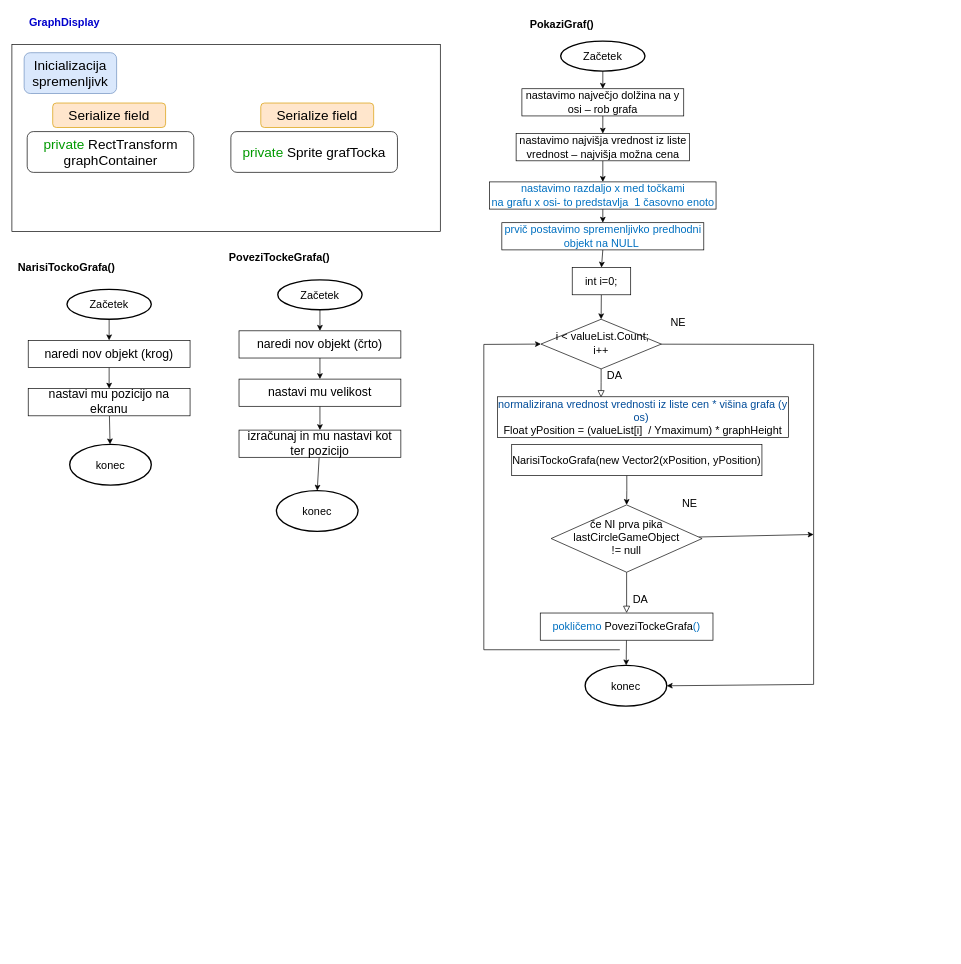
Above: page "GraphDisplay" (9 of 9) of Dokumentacija/Načrti/OpisSkriptov.drawio in ErikOpresnikHercog2026/IzdelekMatura (draw.io), before the change. Source tidied: cells renumbered, new cells numbered last; positions are measured from the earlier drawing's top-left corner, leaving out a move shared by most shapes. Both pictures are drawn from the tidied source at 68%, with x=0, y=0 at pixel (12, 12).
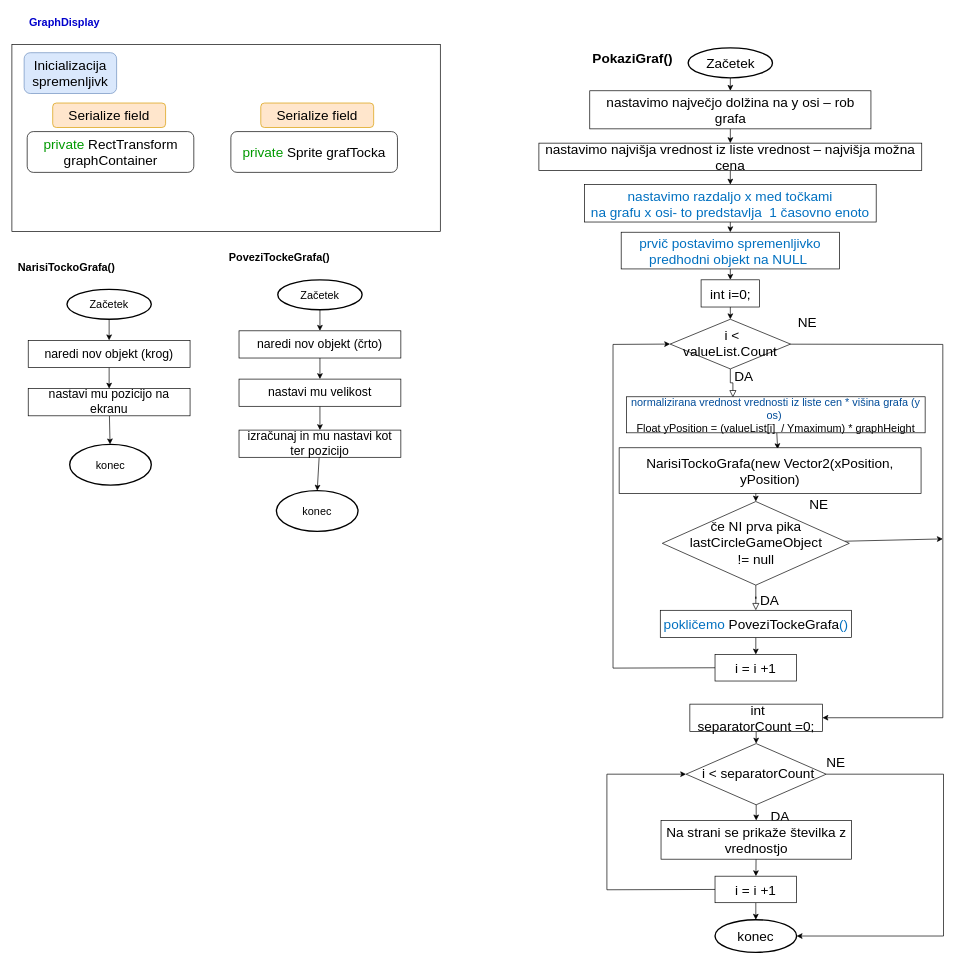
The same diagram, later.

What changed in the source:
```diff
@@
-    <mxCell id="4" value="DA" style="rounded=0;html=1;jettySize=auto;fontSize=16;endArrow=block;endFill=0;endSize=8;strokeWidth=1;shadow=0;labelBackgroundColor=none;edgeStyle=orthogonalEdgeStyle;entryX=0.356;entryY=0.017;entryDx=0;entryDy=0;entryPerimeter=0;" parent="1" edge="1" source="6" target="23">
+    <mxCell id="4" value="DA" style="rounded=0;html=1;jettySize=auto;fontSize=20;endArrow=block;endFill=0;endSize=8;strokeWidth=1;shadow=0;labelBackgroundColor=none;edgeStyle=orthogonalEdgeStyle;entryX=0.356;entryY=0.017;entryDx=0;entryDy=0;entryPerimeter=0;" parent="1" edge="1" source="6" target="23">
       <mxGeometry x="-0.54" y="19" relative="1" as="geometry" />
     </mxCell>
-    <mxCell id="5" style="edgeStyle=none;rounded=0;jettySize=auto;html=1;entryX=1;entryY=0.5;entryDx=0;entryDy=0;fontSize=17;" parent="1" edge="1" source="6" target="31">
+    <mxCell id="5" style="edgeStyle=none;rounded=0;jettySize=auto;html=1;entryX=1;entryY=0.5;entryDx=0;entryDy=0;fontSize=20;" parent="1" edge="1" source="6" target="58">
       <mxGeometry relative="1" as="geometry">
         <Array as="points">
-          <mxPoint x="1179" y="489" />
-          <mxPoint x="1179" y="989" />
+          <mxPoint x="1369" y="489" />
+          <mxPoint x="1369" y="1038" />
         </Array>
       </mxGeometry>
     </mxCell>
-    <mxCell id="6" value="&lt;span style=&quot;font-family: Calibri, sans-serif;&quot; lang=&quot;SL&quot;&gt;&amp;nbsp;i &amp;lt; valueList.Count; i++&lt;/span&gt;" style="rhombus;whiteSpace=wrap;html=1;shadow=0;fontFamily=Helvetica;fontSize=16;align=center;strokeWidth=1;spacing=6;spacingTop=-4;" parent="1" vertex="1">
-      <mxGeometry x="778" y="452" width="177" height="73" as="geometry" />
+    <mxCell id="6" value="&lt;span style=&quot;font-family: calibri, sans-serif; font-size: 20px;&quot; lang=&quot;SL&quot;&gt;&amp;nbsp;i &amp;lt; valueList.Count&lt;/span&gt;" style="rhombus;whiteSpace=wrap;html=1;shadow=0;fontFamily=Helvetica;fontSize=20;align=center;strokeWidth=1;spacing=6;spacingTop=-4;" parent="1" vertex="1">
+      <mxGeometry x="968" y="452" width="177" height="73" as="geometry" />
     </mxCell>
-    <mxCell id="7" value="DA" style="rounded=0;html=1;jettySize=auto;fontSize=16;endArrow=block;endFill=0;endSize=8;strokeWidth=1;shadow=0;labelBackgroundColor=none;edgeStyle=orthogonalEdgeStyle;" parent="1" edge="1" source="9" target="11">
+    <mxCell id="7" value="DA" style="rounded=0;html=1;jettySize=auto;fontSize=20;endArrow=block;endFill=0;endSize=8;strokeWidth=1;shadow=0;labelBackgroundColor=none;edgeStyle=orthogonalEdgeStyle;" parent="1" edge="1" source="9" target="11">
       <mxGeometry x="0.32" y="20" relative="1" as="geometry" />
     </mxCell>
-    <mxCell id="8" style="edgeStyle=none;rounded=0;jettySize=auto;html=1;fontSize=17;" parent="1" edge="1" source="9">
+    <mxCell id="8" style="edgeStyle=none;rounded=0;jettySize=auto;html=1;fontSize=20;" parent="1" edge="1" source="9">
       <mxGeometry relative="1" as="geometry">
-        <mxPoint x="1179" y="768.5" as="targetPoint" />
+        <mxPoint x="1369" y="775" as="targetPoint" />
       </mxGeometry>
     </mxCell>
-    <mxCell id="9" value="&lt;span style=&quot;font-family: Calibri, sans-serif;&quot; lang=&quot;SL&quot;&gt;če NI prva pika&lt;/span&gt;&lt;div&gt;&lt;span style=&quot;font-family: Calibri, sans-serif;&quot; lang=&quot;SL&quot;&gt;&lt;span style=&quot;line-height: 107%;&quot; lang=&quot;SL&quot;&gt;lastCircleGameObject&lt;br&gt;!= null&lt;/span&gt;&lt;br&gt;&lt;/span&gt;&lt;/div&gt;" style="rhombus;whiteSpace=wrap;html=1;shadow=0;fontFamily=Helvetica;fontSize=16;align=center;strokeWidth=1;spacing=6;spacingTop=-4;" parent="1" vertex="1">
-      <mxGeometry x="793" y="725" width="222" height="99" as="geometry" />
+    <mxCell id="9" value="&lt;span style=&quot;font-family: Calibri, sans-serif; font-size: 20px;&quot; lang=&quot;SL&quot;&gt;če NI prva pika&lt;/span&gt;&lt;div style=&quot;font-size: 20px;&quot;&gt;&lt;span style=&quot;font-family: Calibri, sans-serif; font-size: 20px;&quot; lang=&quot;SL&quot;&gt;&lt;span style=&quot;line-height: 107%; font-size: 20px;&quot; lang=&quot;SL&quot;&gt;lastCircleGameObject&lt;br style=&quot;font-size: 20px;&quot;&gt;!= null&lt;/span&gt;&lt;br style=&quot;font-size: 20px;&quot;&gt;&lt;/span&gt;&lt;/div&gt;" style="rhombus;whiteSpace=wrap;html=1;shadow=0;fontFamily=Helvetica;fontSize=20;align=center;strokeWidth=1;spacing=6;spacingTop=-4;" parent="1" vertex="1">
+      <mxGeometry x="956.5" y="720" width="275" height="123" as="geometry" />
     </mxCell>
-    <mxCell id="10" style="edgeStyle=none;rounded=0;jettySize=auto;html=1;fontSize=18;" parent="1" edge="1" source="11" target="31">
-      <mxGeometry relative="1" as="geometry" />
-    </mxCell>
+    <mxCell id="55" style="edgeStyle=none;rounded=0;jettySize=auto;html=1;fontSize=20;" parent="1" edge="1" source="11" target="66">
+      <mxGeometry relative="1" as="geometry" />
+    </mxCell>
-    <mxCell id="11" value="&lt;font color=&quot;#0070c0&quot; face=&quot;calibri, sans-serif&quot;&gt;pokličemo&amp;nbsp;&lt;/font&gt;&lt;span&gt;PoveziTockeGrafa&lt;/span&gt;&lt;font color=&quot;#0070c0&quot; face=&quot;calibri, sans-serif&quot;&gt;()&lt;/font&gt;" style="rounded=0;whiteSpace=wrap;html=1;fontSize=16;glass=0;strokeWidth=1;shadow=0;fontStyle=0;" parent="1" vertex="1">
-      <mxGeometry x="777" y="884" width="254" height="40" as="geometry" />
+    <mxCell id="11" value="&lt;font color=&quot;#0070c0&quot; face=&quot;calibri, sans-serif&quot; style=&quot;font-size: 20px;&quot;&gt;pokličemo&amp;nbsp;&lt;/font&gt;&lt;span style=&quot;font-size: 20px;&quot;&gt;PoveziTockeGrafa&lt;/span&gt;&lt;font color=&quot;#0070c0&quot; face=&quot;calibri, sans-serif&quot; style=&quot;font-size: 20px;&quot;&gt;()&lt;/font&gt;" style="rounded=0;whiteSpace=wrap;html=1;fontSize=20;glass=0;strokeWidth=1;shadow=0;fontStyle=0;" parent="1" vertex="1">
+      <mxGeometry x="953.5" y="880" width="281" height="40" as="geometry" />
     </mxCell>
-    <mxCell id="12" style="edgeStyle=none;rounded=0;jettySize=auto;html=1;fontSize=17;" parent="1" edge="1" source="13" target="15">
+    <mxCell id="12" style="edgeStyle=none;rounded=0;jettySize=auto;html=1;fontSize=20;" parent="1" edge="1" source="13" target="15">
       <mxGeometry relative="1" as="geometry" />
     </mxCell>
-    <mxCell id="13" value="&lt;div&gt;&lt;span style=&quot;font-family: Calibri, sans-serif;&quot; lang=&quot;SL&quot;&gt;nastavimo največjo dolžina na y osi – rob grafa&lt;/span&gt;&lt;br&gt;&lt;/div&gt;" style="rounded=0;whiteSpace=wrap;html=1;fontSize=16;glass=0;strokeWidth=1;shadow=0;" parent="1" vertex="1">
-      <mxGeometry x="750" y="113" width="238" height="40" as="geometry" />
+    <mxCell id="13" value="&lt;div style=&quot;font-size: 20px;&quot;&gt;&lt;span style=&quot;font-family: Calibri, sans-serif; font-size: 20px;&quot; lang=&quot;SL&quot;&gt;nastavimo največjo dolžina na y osi – rob grafa&lt;/span&gt;&lt;br style=&quot;font-size: 20px;&quot;&gt;&lt;/div&gt;" style="rounded=0;whiteSpace=wrap;html=1;fontSize=20;glass=0;strokeWidth=1;shadow=0;" parent="1" vertex="1">
+      <mxGeometry x="849.8" y="116" width="413.5" height="56" as="geometry" />
     </mxCell>
-    <mxCell id="14" style="edgeStyle=none;rounded=0;jettySize=auto;html=1;entryX=0.5;entryY=0;entryDx=0;entryDy=0;fontSize=17;" parent="1" edge="1" source="15" target="18">
+    <mxCell id="14" style="edgeStyle=none;rounded=0;jettySize=auto;html=1;entryX=0.5;entryY=0;entryDx=0;entryDy=0;fontSize=20;" parent="1" edge="1" source="15" target="18">
       <mxGeometry relative="1" as="geometry" />
     </mxCell>
-    <mxCell id="15" value="&lt;span style=&quot;font-family: Calibri, sans-serif;&quot; lang=&quot;SL&quot;&gt;nastavimo najvišja vrednost iz liste vrednost – najvišja možna cena&lt;/span&gt;" style="rounded=0;whiteSpace=wrap;html=1;fontSize=16;glass=0;strokeWidth=1;shadow=0;" parent="1" vertex="1">
-      <mxGeometry x="741.5" y="179" width="255" height="40" as="geometry" />
+    <mxCell id="15" value="&lt;span style=&quot;font-family: Calibri, sans-serif; font-size: 20px;&quot; lang=&quot;SL&quot;&gt;nastavimo najvišja vrednost iz liste vrednost – najvišja možna cena&lt;/span&gt;" style="rounded=0;whiteSpace=wrap;html=1;fontSize=20;glass=0;strokeWidth=1;shadow=0;" parent="1" vertex="1">
+      <mxGeometry x="775" y="193" width="563" height="40" as="geometry" />
     </mxCell>
-    <mxCell id="16" value="&lt;b&gt;&lt;font&gt;PokaziGraf()&lt;br&gt;&lt;/font&gt;&lt;/b&gt;" style="text;html=1;align=center;verticalAlign=middle;whiteSpace=wrap;rounded=0;fontSize=16;" parent="1" vertex="1">
-      <mxGeometry x="762" y="3" width="94" height="30" as="geometry" />
+    <mxCell id="16" value="&lt;b style=&quot;font-size: 20px;&quot;&gt;&lt;font style=&quot;font-size: 20px;&quot;&gt;PokaziGraf()&lt;br style=&quot;font-size: 20px;&quot;&gt;&lt;/font&gt;&lt;/b&gt;" style="text;html=1;align=center;verticalAlign=middle;whiteSpace=wrap;rounded=0;fontSize=20;" parent="1" vertex="1">
+      <mxGeometry x="866" y="53" width="94" height="30" as="geometry" />
     </mxCell>
-    <mxCell id="17" style="edgeStyle=none;rounded=0;jettySize=auto;html=1;entryX=0.5;entryY=0;entryDx=0;entryDy=0;" parent="1" edge="1" source="18" target="20">
+    <mxCell id="17" style="edgeStyle=none;rounded=0;jettySize=auto;html=1;entryX=0.5;entryY=0;entryDx=0;entryDy=0;fontSize=20;" parent="1" edge="1" source="18" target="20">
       <mxGeometry relative="1" as="geometry" />
     </mxCell>
-    <mxCell id="18" value="&lt;p class=&quot;MsoNoSpacing&quot;&gt;&lt;span style=&quot;color:#0070C0&quot; lang=&quot;SL&quot;&gt;nastavimo razdaljo x med točkami&lt;br&gt;na grafu x osi- to predstavlja&amp;nbsp; 1 časovno enoto&lt;/span&gt;&lt;/p&gt;" style="rounded=0;whiteSpace=wrap;html=1;fontSize=16;glass=0;strokeWidth=1;shadow=0;" parent="1" vertex="1">
-      <mxGeometry x="702.5" y="250" width="333" height="40" as="geometry" />
+    <mxCell id="18" value="&lt;p class=&quot;MsoNoSpacing&quot; style=&quot;font-size: 20px;&quot;&gt;&lt;span style=&quot;color: rgb(0, 112, 192); font-size: 20px;&quot; lang=&quot;SL&quot;&gt;nastavimo razdaljo x med točkami&lt;br style=&quot;font-size: 20px;&quot;&gt;na grafu x osi- to predstavlja&amp;nbsp; 1 časovno enoto&lt;/span&gt;&lt;/p&gt;" style="rounded=0;whiteSpace=wrap;html=1;fontSize=20;glass=0;strokeWidth=1;shadow=0;" parent="1" vertex="1">
+      <mxGeometry x="842" y="254" width="429" height="55" as="geometry" />
     </mxCell>
-    <mxCell id="19" style="edgeStyle=none;rounded=0;jettySize=auto;html=1;entryX=0.5;entryY=0;entryDx=0;entryDy=0;exitX=0.5;exitY=1;exitDx=0;exitDy=0;" parent="1" edge="1" source="20" target="22">
+    <mxCell id="19" style="edgeStyle=none;rounded=0;jettySize=auto;html=1;entryX=0.5;entryY=0;entryDx=0;entryDy=0;exitX=0.5;exitY=1;exitDx=0;exitDy=0;fontSize=20;" parent="1" edge="1" source="20" target="22">
       <mxGeometry relative="1" as="geometry" />
     </mxCell>
-    <mxCell id="20" value="&lt;p class=&quot;MsoNoSpacing&quot;&gt;&lt;span style=&quot;color: rgb(0, 112, 192);&quot;&gt;prvič postavimo spremenljivko predhodni objekt na NULL&amp;nbsp;&lt;/span&gt;&lt;br&gt;&lt;/p&gt;" style="rounded=0;whiteSpace=wrap;html=1;fontSize=16;glass=0;strokeWidth=1;shadow=0;" parent="1" vertex="1">
-      <mxGeometry x="720.5" y="310" width="297" height="40" as="geometry" />
+    <mxCell id="20" value="&lt;p class=&quot;MsoNoSpacing&quot; style=&quot;font-size: 20px;&quot;&gt;&lt;span style=&quot;color: rgb(0, 112, 192); font-size: 20px;&quot;&gt;prvič postavimo spremenljivko predhodni objekt na NULL&amp;nbsp;&lt;/span&gt;&lt;br style=&quot;font-size: 20px;&quot;&gt;&lt;/p&gt;" style="rounded=0;whiteSpace=wrap;html=1;fontSize=20;glass=0;strokeWidth=1;shadow=0;" parent="1" vertex="1">
+      <mxGeometry x="896" y="324" width="321" height="54" as="geometry" />
     </mxCell>
-    <mxCell id="21" style="edgeStyle=none;rounded=0;jettySize=auto;html=1;entryX=0.5;entryY=0;entryDx=0;entryDy=0;" parent="1" edge="1" source="22" target="6">
+    <mxCell id="21" style="edgeStyle=none;rounded=0;jettySize=auto;html=1;entryX=0.5;entryY=0;entryDx=0;entryDy=0;fontSize=20;" parent="1" edge="1" source="22" target="6">
       <mxGeometry relative="1" as="geometry" />
     </mxCell>
-    <mxCell id="22" value="&lt;p class=&quot;MsoNoSpacing&quot;&gt;&lt;span style=&quot;font-family: Calibri, sans-serif;&quot;&gt;int&amp;nbsp;&lt;/span&gt;&lt;span style=&quot;font-family: Calibri, sans-serif;&quot;&gt;i=0;&lt;/span&gt;&lt;br&gt;&lt;/p&gt;" style="rounded=0;whiteSpace=wrap;html=1;fontSize=16;glass=0;strokeWidth=1;shadow=0;" parent="1" vertex="1">
-      <mxGeometry x="824" y="376" width="86" height="40" as="geometry" />
+    <mxCell id="22" value="&lt;p class=&quot;MsoNoSpacing&quot; style=&quot;font-size: 20px;&quot;&gt;&lt;span style=&quot;font-family: Calibri, sans-serif; font-size: 20px;&quot;&gt;int&amp;nbsp;&lt;/span&gt;&lt;span style=&quot;font-family: Calibri, sans-serif; font-size: 20px;&quot;&gt;i=0;&lt;/span&gt;&lt;br style=&quot;font-size: 20px;&quot;&gt;&lt;/p&gt;" style="rounded=0;whiteSpace=wrap;html=1;fontSize=20;glass=0;strokeWidth=1;shadow=0;" parent="1" vertex="1">
+      <mxGeometry x="1013.5" y="394" width="86" height="40" as="geometry" />
     </mxCell>
+    <mxCell id="56" style="edgeStyle=none;rounded=0;jettySize=auto;html=1;entryX=0.525;entryY=0.03;entryDx=0;entryDy=0;entryPerimeter=0;fontSize=16;" parent="1" edge="1" source="23" target="25">
+      <mxGeometry relative="1" as="geometry" />
+    </mxCell>
-    <mxCell id="23" value="&lt;span style=&quot;font-family: Calibri, sans-serif;&quot; lang=&quot;SL&quot;&gt;&lt;font style=&quot;color: rgb(0, 76, 153);&quot;&gt;normalizirana vrednost vrednosti iz liste cen * višina grafa (y os)&amp;nbsp;&lt;/font&gt;&lt;/span&gt;&lt;div&gt;&lt;span style=&quot;text-indent: 35.4pt; font-family: Calibri, sans-serif; background-color: transparent; color: light-dark(rgb(0, 0, 0), rgb(255, 255, 255));&quot;&gt;Float yPosition = (valueList[i] &amp;nbsp;/ Ymaximum) * graphHeight&lt;/span&gt;&lt;/div&gt;" style="rounded=0;whiteSpace=wrap;html=1;fontSize=16;glass=0;strokeWidth=1;shadow=0;" parent="1" vertex="1">
-      <mxGeometry x="714" y="566" width="428" height="60" as="geometry" />
+    <mxCell id="23" value="&lt;span style=&quot;font-family: Calibri, sans-serif; font-size: 16px;&quot; lang=&quot;SL&quot;&gt;&lt;font style=&quot;color: rgb(0, 76, 153); font-size: 16px;&quot;&gt;normalizirana vrednost vrednosti iz liste cen * višina grafa (y os)&amp;nbsp;&lt;/font&gt;&lt;/span&gt;&lt;div style=&quot;font-size: 16px;&quot;&gt;&lt;span style=&quot;text-indent: 35.4pt; font-family: Calibri, sans-serif; background-color: transparent; font-size: 16px;&quot;&gt;Float yPosition = (valueList[i] &amp;nbsp;/ Ymaximum) * graphHeight&lt;/span&gt;&lt;/div&gt;" style="rounded=0;whiteSpace=wrap;html=1;fontSize=16;glass=0;strokeWidth=1;shadow=0;" parent="1" vertex="1">
+      <mxGeometry x="904" y="566" width="439" height="53" as="geometry" />
     </mxCell>
-    <mxCell id="24" style="edgeStyle=orthogonalEdgeStyle;rounded=0;jettySize=auto;html=1;entryX=0.5;entryY=0;entryDx=0;entryDy=0;fontSize=16;exitX=0.46;exitY=0.984;exitDx=0;exitDy=0;exitPerimeter=0;" parent="1" edge="1" source="25" target="9">
+    <mxCell id="24" style="edgeStyle=orthogonalEdgeStyle;rounded=0;jettySize=auto;html=1;entryX=0.5;entryY=0;entryDx=0;entryDy=0;fontSize=20;exitX=0.46;exitY=0.984;exitDx=0;exitDy=0;exitPerimeter=0;" parent="1" edge="1" source="25" target="9">
       <mxGeometry relative="1" as="geometry" />
     </mxCell>
-    <mxCell id="25" value="&lt;span style=&quot;font-family: &amp;quot;calibri&amp;quot; , sans-serif&quot; lang=&quot;SL&quot;&gt;&lt;span style=&quot;font-family: &amp;quot;helvetica&amp;quot;&quot;&gt;NarisiTockoGrafa&lt;/span&gt;(new&amp;nbsp;Vector2(xPosition, yPosition)&lt;/span&gt;" style="rounded=0;whiteSpace=wrap;html=1;fontSize=16;glass=0;strokeWidth=1;shadow=0;fontStyle=0;" parent="1" vertex="1">
-      <mxGeometry x="735" y="636" width="368" height="46" as="geometry" />
+    <mxCell id="25" value="&lt;span style=&quot;font-family: calibri, sans-serif; font-size: 20px;&quot; lang=&quot;SL&quot;&gt;&lt;span style=&quot;font-family: helvetica; font-size: 20px;&quot;&gt;NarisiTockoGrafa&lt;/span&gt;(new&amp;nbsp;Vector2(xPosition, yPosition)&lt;/span&gt;" style="rounded=0;whiteSpace=wrap;html=1;fontSize=20;glass=0;strokeWidth=1;shadow=0;fontStyle=0;" parent="1" vertex="1">
+      <mxGeometry x="893" y="641" width="444" height="67" as="geometry" />
     </mxCell>
-    <mxCell id="26" value="NE" style="text;html=1;align=center;verticalAlign=middle;whiteSpace=wrap;rounded=0;fontSize=16;" parent="1" vertex="1">
-      <mxGeometry x="967" y="708" width="60" height="30" as="geometry" />
+    <mxCell id="26" value="NE" style="text;html=1;align=center;verticalAlign=middle;whiteSpace=wrap;rounded=0;fontSize=20;" parent="1" vertex="1">
+      <mxGeometry x="1157" y="708" width="60" height="30" as="geometry" />
     </mxCell>
-    <mxCell id="27" style="endArrow=classic;html=1;rounded=0;fontSize=17;entryX=0;entryY=0.5;entryDx=0;entryDy=0;" parent="1" edge="1" target="6">
+    <mxCell id="27" style="endArrow=classic;html=1;rounded=0;fontSize=20;entryX=0;entryY=0.5;entryDx=0;entryDy=0;exitX=0;exitY=0.5;exitDx=0;exitDy=0;" parent="1" edge="1" source="66" target="6">
       <mxGeometry relative="1" as="geometry">
-        <mxPoint x="894" y="938" as="sourcePoint" />
         <Array as="points">
-          <mxPoint x="694" y="938" />
-          <mxPoint x="694" y="489" />
+          <mxPoint x="884" y="965" />
+          <mxPoint x="884" y="489" />
         </Array>
       </mxGeometry>
     </mxCell>
-    <mxCell id="28" value="NE" style="text;html=1;align=center;verticalAlign=middle;whiteSpace=wrap;rounded=0;fontSize=16;" parent="1" vertex="1">
-      <mxGeometry x="950" y="441" width="60" height="30" as="geometry" />
+    <mxCell id="28" value="NE" style="text;html=1;align=center;verticalAlign=middle;whiteSpace=wrap;rounded=0;fontSize=20;" parent="1" vertex="1">
+      <mxGeometry x="1140" y="441" width="60" height="30" as="geometry" />
     </mxCell>
-    <mxCell id="29" style="edgeStyle=none;rounded=0;jettySize=auto;html=1;fontSize=17;" parent="1" edge="1" source="30" target="13">
+    <mxCell id="29" style="edgeStyle=none;rounded=0;jettySize=auto;html=1;fontSize=20;" parent="1" edge="1" source="30" target="13">
       <mxGeometry relative="1" as="geometry" />
     </mxCell>
-    <mxCell id="30" value="Začetek" style="strokeWidth=2;html=1;shape=mxgraph.flowchart.start_1;whiteSpace=wrap;fontSize=16;" parent="1" vertex="1">
-      <mxGeometry x="807" y="43" width="124" height="44" as="geometry" />
+    <mxCell id="30" value="Začetek" style="strokeWidth=2;html=1;shape=mxgraph.flowchart.start_1;whiteSpace=wrap;fontSize=20;" parent="1" vertex="1">
+      <mxGeometry x="994.5" y="53" width="124" height="44" as="geometry" />
     </mxCell>
-    <mxCell id="31" value="konec" style="ellipse;whiteSpace=wrap;html=1;fontSize=16;strokeWidth=2;" parent="1" vertex="1">
-      <mxGeometry x="843" y="961" width="120" height="60" as="geometry" />
+    <mxCell id="31" value="konec" style="ellipse;whiteSpace=wrap;html=1;fontSize=20;strokeWidth=2;" parent="1" vertex="1">
+      <mxGeometry x="1034" y="1335" width="120" height="48" as="geometry" />
     </mxCell>
@@
+    <mxCell id="57" style="edgeStyle=none;rounded=0;jettySize=auto;html=1;entryX=0.5;entryY=0;entryDx=0;entryDy=0;fontSize=20;" parent="1" edge="1" source="58" target="60">
+      <mxGeometry relative="1" as="geometry" />
+    </mxCell>
+    <mxCell id="58" value="&lt;p class=&quot;MsoNoSpacing&quot; style=&quot;font-size: 20px;&quot;&gt;&lt;font face=&quot;calibri, sans-serif&quot; style=&quot;font-size: 20px;&quot;&gt;&amp;nbsp;int separatorCount&amp;nbsp;&lt;/font&gt;&lt;span style=&quot;font-family: calibri, sans-serif; font-size: 20px;&quot;&gt;=0;&lt;/span&gt;&lt;br style=&quot;font-size: 20px;&quot;&gt;&lt;/p&gt;" style="rounded=0;whiteSpace=wrap;html=1;fontSize=20;glass=0;strokeWidth=1;shadow=0;" parent="1" vertex="1">
+      <mxGeometry x="997" y="1018" width="195" height="40" as="geometry" />
+    </mxCell>
+    <mxCell id="59" style="edgeStyle=none;rounded=0;jettySize=auto;html=1;entryX=0.5;entryY=0;entryDx=0;entryDy=0;fontSize=20;" parent="1" edge="1" source="60" target="65">
+      <mxGeometry relative="1" as="geometry" />
+    </mxCell>
+    <mxCell id="60" value="&lt;span style=&quot;font-family: &amp;#34;calibri&amp;#34; , sans-serif ; font-size: 20px&quot; lang=&quot;SL&quot;&gt;&amp;nbsp;i &amp;lt; separatorCount&lt;/span&gt;" style="rhombus;whiteSpace=wrap;html=1;shadow=0;fontFamily=Helvetica;fontSize=20;align=center;strokeWidth=1;spacing=6;spacingTop=-4;" parent="1" vertex="1">
+      <mxGeometry x="991.5" y="1076" width="206" height="90" as="geometry" />
+    </mxCell>
+    <mxCell id="61" value="NE" style="text;html=1;align=center;verticalAlign=middle;whiteSpace=wrap;rounded=0;fontSize=20;" parent="1" vertex="1">
+      <mxGeometry x="1182" y="1088" width="60" height="30" as="geometry" />
+    </mxCell>
+    <mxCell id="62" value="DA" style="text;html=1;align=center;verticalAlign=middle;whiteSpace=wrap;rounded=0;fontSize=20;" parent="1" vertex="1">
+      <mxGeometry x="1100" y="1167" width="60" height="30" as="geometry" />
+    </mxCell>
+    <mxCell id="63" style="edgeStyle=none;rounded=0;jettySize=auto;html=1;fontSize=20;exitX=1;exitY=0.5;exitDx=0;exitDy=0;entryX=1;entryY=0.5;entryDx=0;entryDy=0;" parent="1" edge="1" source="60" target="31">
+      <mxGeometry relative="1" as="geometry">
+        <Array as="points">
+          <mxPoint x="1370" y="1121" />
+          <mxPoint x="1370" y="1359" />
+        </Array>
+      </mxGeometry>
+    </mxCell>
+    <mxCell id="64" style="edgeStyle=none;rounded=0;jettySize=auto;html=1;fontSize=20;" parent="1" edge="1" source="65" target="68">
+      <mxGeometry relative="1" as="geometry" />
+    </mxCell>
+    <mxCell id="65" value="&lt;font face=&quot;helvetica&quot; style=&quot;font-size: 20px;&quot;&gt;Na strani se prikaže številka z vrednostjo&lt;/font&gt;" style="rounded=0;whiteSpace=wrap;html=1;fontSize=20;glass=0;strokeWidth=1;shadow=0;fontStyle=0;" parent="1" vertex="1">
+      <mxGeometry x="954.6" y="1189" width="279.9" height="57" as="geometry" />
+    </mxCell>
+    <mxCell id="66" value="i = i +1" style="whiteSpace=wrap;html=1;rounded=0;shadow=0;fontSize=20;fontStyle=0;strokeWidth=1;glass=0;" parent="1" vertex="1">
+      <mxGeometry x="1034" y="945" width="120" height="39" as="geometry" />
+    </mxCell>
+    <mxCell id="67" style="edgeStyle=none;rounded=0;jettySize=auto;html=1;fontSize=20;" parent="1" edge="1" source="68" target="31">
+      <mxGeometry relative="1" as="geometry" />
+    </mxCell>
+    <mxCell id="68" value="i = i +1" style="whiteSpace=wrap;html=1;rounded=0;shadow=0;fontSize=20;fontStyle=0;strokeWidth=1;glass=0;" parent="1" vertex="1">
+      <mxGeometry x="1034" y="1271" width="120" height="39" as="geometry" />
+    </mxCell>
+    <mxCell id="69" style="endArrow=classic;html=1;rounded=0;entryX=0;entryY=0.5;entryDx=0;entryDy=0;exitX=0;exitY=0.5;exitDx=0;exitDy=0;fontSize=20;" parent="1" edge="1" source="68" target="60">
+      <mxGeometry relative="1" as="geometry">
+        <Array as="points">
+          <mxPoint x="875" y="1291" />
+          <mxPoint x="875" y="1121" />
+        </Array>
+      </mxGeometry>
+    </mxCell>
```
